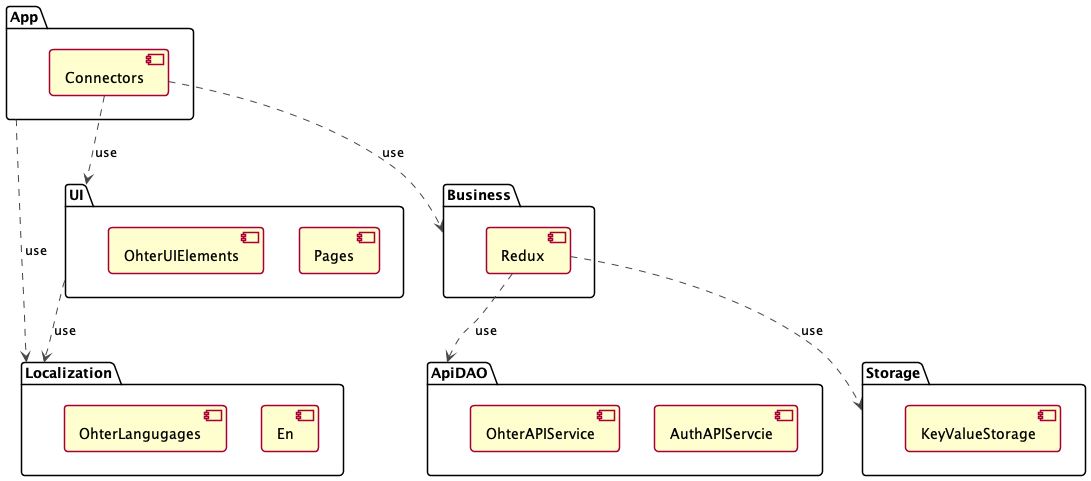
pro100andrey/flutter_redux_templates keeps this PlantUML diagram as doc/out/modules/modules.png. Above is the earlier version.
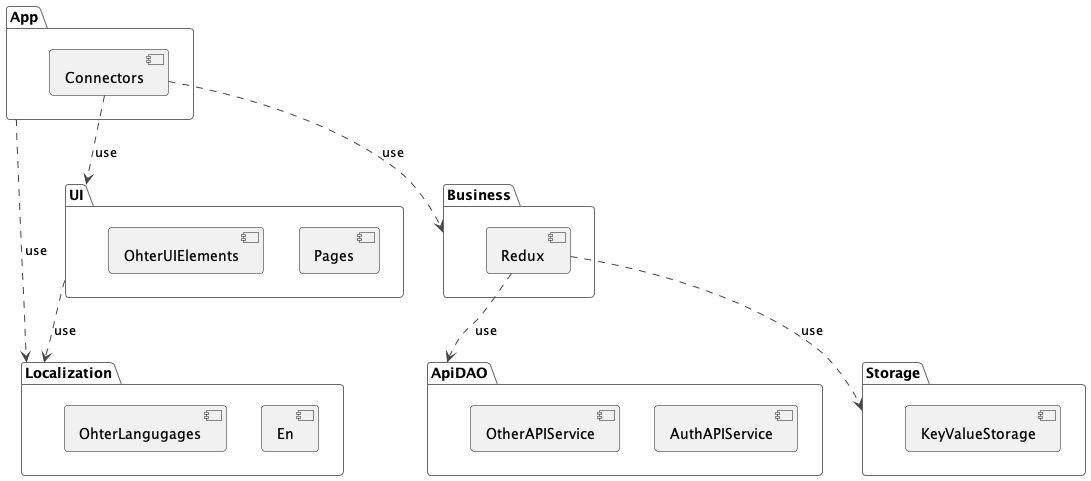
The same diagram one commit later.

Change to the diagram source:
```diff
@@ -20,8 +20,8 @@
 }
 
 package "ApiDAO" {
-    [AuthAPIServcie]
-    [OhterAPIService]
+    [AuthAPIService]
+    [OtherAPIService]
 }
 
 package "Storage" {
```
